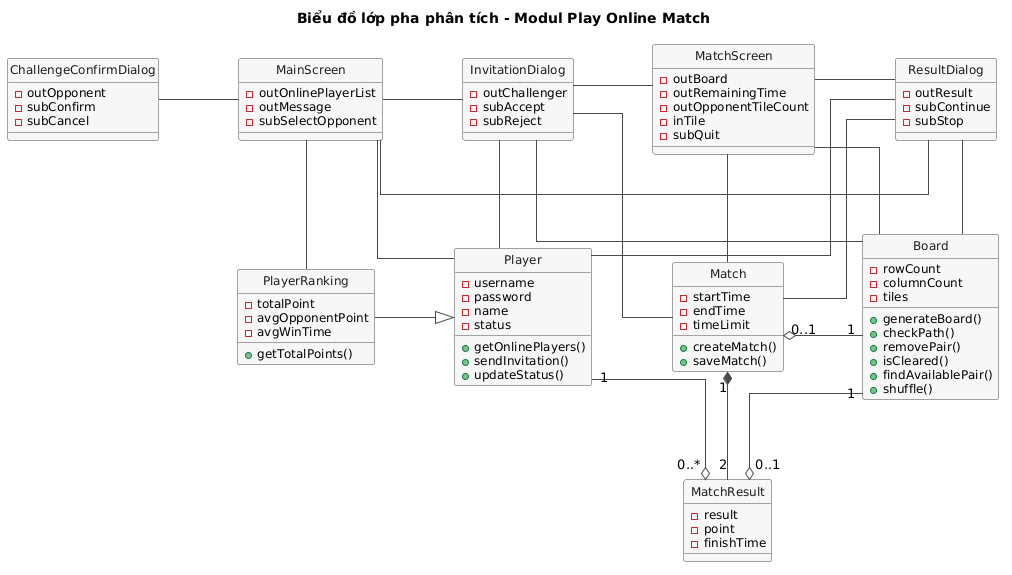
Earlier version of the PlantUML export docs/uml/pha2/class-analysis-m4.png (VattenL/mobile-pikachu).
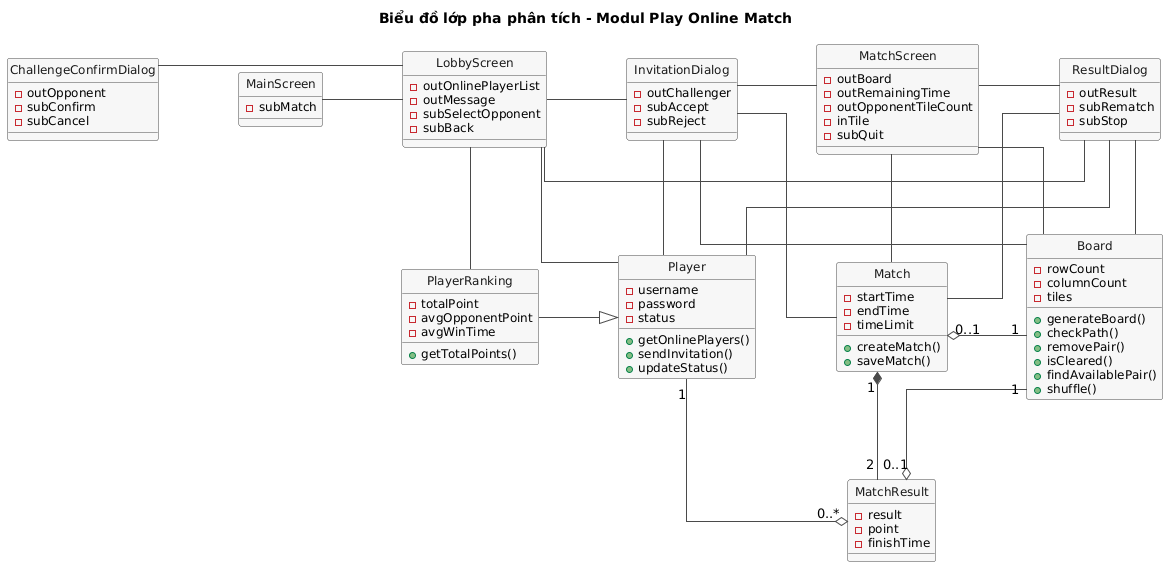
Later version of the same file.

What changed in the source:
```diff
@@ -16,9 +16,14 @@
 }
 
 class MainScreen {
+  - subMatch
+}
+
+class LobbyScreen {
   - outOnlinePlayerList
   - outMessage
   - subSelectOpponent
+  - subBack
 }
 
 class ChallengeConfirmDialog {
@@ -43,14 +48,13 @@
 
 class ResultDialog {
   - outResult
-  - subContinue
+  - subRematch
   - subStop
 }
 
 class Player {
   - username
   - password
-  - name
   - status
   + getOnlinePlayers()
   + sendInvitation()
@@ -90,14 +94,15 @@
   - finishTime
 }
 
-MainScreen -left- ChallengeConfirmDialog
-MainScreen -right- InvitationDialog
+MainScreen -right- LobbyScreen
+LobbyScreen -left- ChallengeConfirmDialog
+LobbyScreen -right- InvitationDialog
 InvitationDialog -right- MatchScreen
 MatchScreen -right- ResultDialog
-ResultDialog -[norank]- MainScreen
+ResultDialog -[norank]- LobbyScreen
 
-MainScreen -down- Player
-MainScreen -down- PlayerRanking
+LobbyScreen -down- Player
+LobbyScreen -down- PlayerRanking
 InvitationDialog -down- Board
 InvitationDialog -down- Match
 InvitationDialog -down- Player
```
